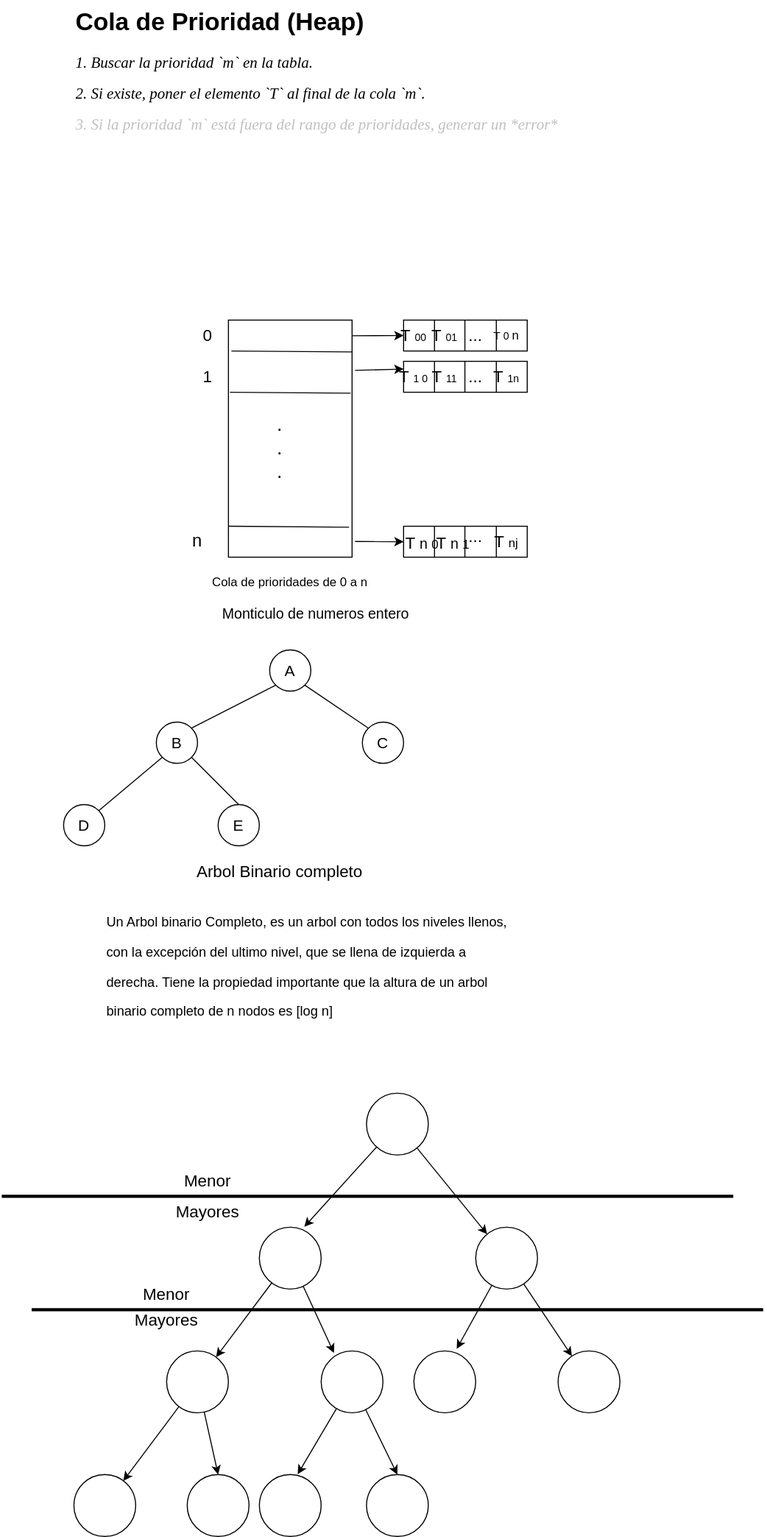
The draw.io diagram Estructura-de-datos/Heap/Heap.drawio.svg in Nordcode-cyber/Algoritmos-Estructdatos, before a commit. Source tidied: cells renumbered, new cells last; positions are measured from the earlier drawing's top-left corner, leaving out a move shared by most shapes.
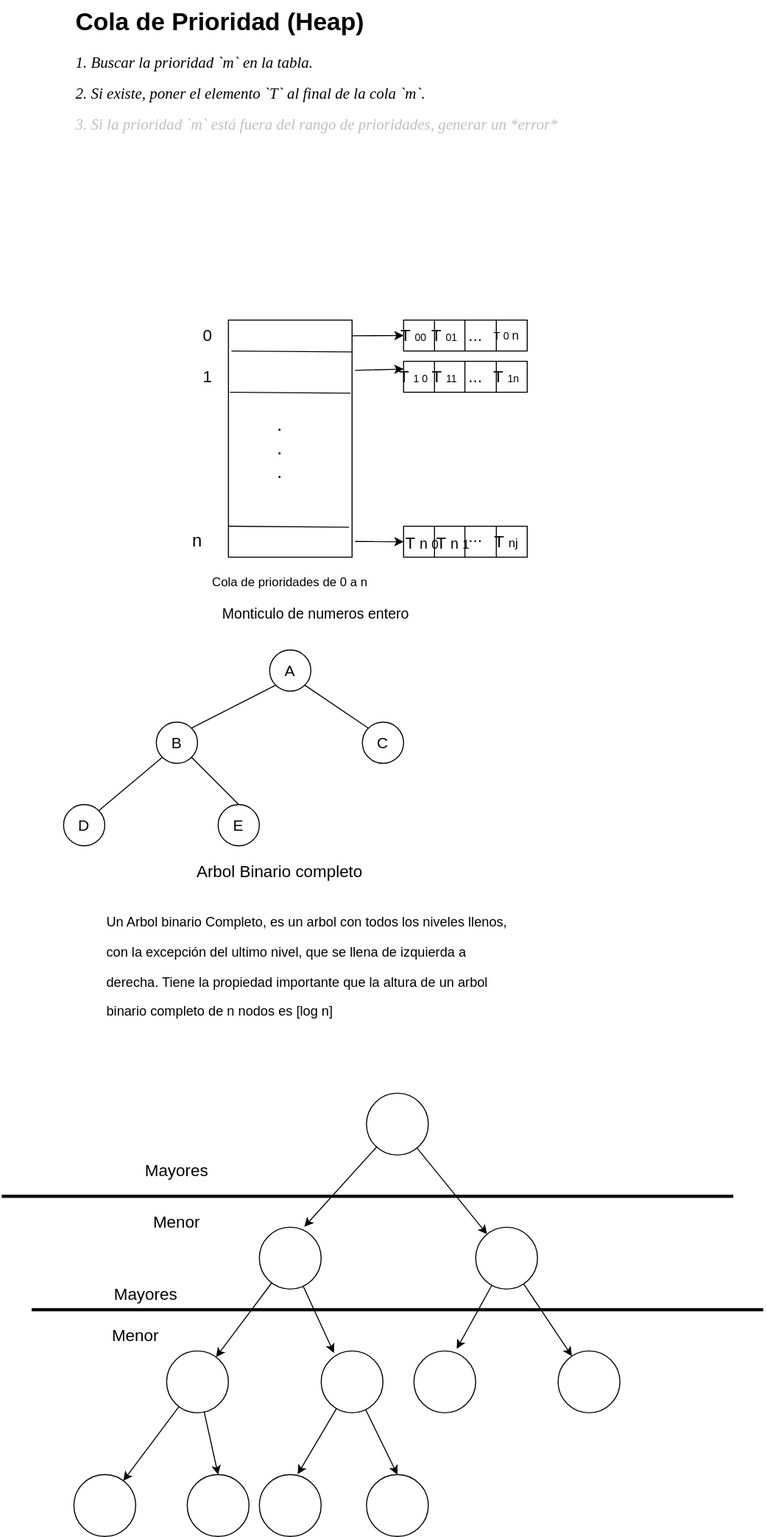
Later version of the same file.

The edit, as a diff of the source:
```diff
@@ -1,4 +1,4 @@
-<mxGraphModel>
+<mxGraphModel background="light-dark(#FFFFFF,#121212)">
   <root>
     <mxCell id="0" />
     <mxCell id="1" parent="0" />
@@ -270,10 +270,10 @@
       </mxGeometry>
     </mxCell>
     <mxCell id="78" value="&lt;font style=&quot;font-size: 16px;&quot;&gt;Menor&lt;/font&gt;" style="text;html=1;whiteSpace=wrap;strokeColor=none;fillColor=none;align=center;verticalAlign=middle;rounded=0;" parent="1" vertex="1">
-      <mxGeometry x="170" y="1130" width="60" height="30" as="geometry" />
+      <mxGeometry x="140" y="1170" width="60" height="30" as="geometry" />
     </mxCell>
     <mxCell id="79" value="&lt;font style=&quot;font-size: 16px;&quot;&gt;Mayores&lt;/font&gt;&lt;div&gt;&lt;font style=&quot;font-size: 16px;&quot;&gt;&lt;br&gt;&lt;/font&gt;&lt;/div&gt;" style="text;html=1;whiteSpace=wrap;strokeColor=none;fillColor=none;align=center;verticalAlign=middle;rounded=0;" parent="1" vertex="1">
-      <mxGeometry x="170" y="1170" width="60" height="30" as="geometry" />
+      <mxGeometry x="140" y="1130" width="60" height="30" as="geometry" />
     </mxCell>
     <mxCell id="80" style="endArrow=none;html=1;strokeWidth=3;" parent="1" edge="1">
       <mxGeometry relative="1" as="geometry">
@@ -282,10 +282,10 @@
       </mxGeometry>
     </mxCell>
     <mxCell id="81" value="&lt;font style=&quot;font-size: 16px;&quot;&gt;Menor&lt;/font&gt;" style="text;html=1;whiteSpace=wrap;strokeColor=none;fillColor=none;align=center;verticalAlign=middle;rounded=0;" parent="1" vertex="1">
-      <mxGeometry x="130" y="1240" width="60" height="30" as="geometry" />
+      <mxGeometry x="100" y="1280" width="60" height="30" as="geometry" />
     </mxCell>
     <mxCell id="82" value="&lt;font style=&quot;font-size: 16px;&quot;&gt;Mayores&lt;/font&gt;&lt;div&gt;&lt;font style=&quot;font-size: 16px;&quot;&gt;&lt;br&gt;&lt;/font&gt;&lt;/div&gt;" style="text;html=1;whiteSpace=wrap;strokeColor=none;fillColor=none;align=center;verticalAlign=middle;rounded=0;" parent="1" vertex="1">
-      <mxGeometry x="130" y="1275" width="60" height="30" as="geometry" />
+      <mxGeometry x="110" y="1250" width="60" height="30" as="geometry" />
     </mxCell>
   </root>
 </mxGraphModel>
```
